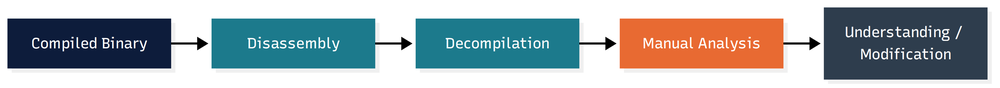
Before: seminar/assets/diagram_traditional_re.png, a diagram exported from Mermaid (Ankritjarngal/coding-platform-assignment). Its source is kept beside it as seminar/assets/diagram_traditional_re.mmd. Its diagram source:
```mermaid
flowchart LR
    A[Compiled Binary] --> B[Disassembly]
    B --> C[Decompilation]
    C --> D[Manual Analysis]
    D --> E[Understanding / Modification]

    style A fill:#0B1F3A,stroke:#0B1F3A,color:#fff
    style B fill:#1F7A8C,stroke:#1F7A8C,color:#fff
    style C fill:#1F7A8C,stroke:#1F7A8C,color:#fff
    style D fill:#E86A33,stroke:#E86A33,color:#fff
    style E fill:#2F3E4E,stroke:#2F3E4E,color:#fff
```
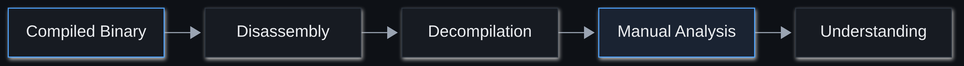
The same file after the commit.

What changed in the source:
```diff
@@ -2,10 +2,10 @@
     A[Compiled Binary] --> B[Disassembly]
     B --> C[Decompilation]
     C --> D[Manual Analysis]
-    D --> E[Understanding / Modification]
+    D --> E[Understanding]
 
-    style A fill:#0B1F3A,stroke:#0B1F3A,color:#fff
-    style B fill:#1F7A8C,stroke:#1F7A8C,color:#fff
-    style C fill:#1F7A8C,stroke:#1F7A8C,color:#fff
-    style D fill:#E86A33,stroke:#E86A33,color:#fff
-    style E fill:#2F3E4E,stroke:#2F3E4E,color:#fff
+    style A fill:#171B22,stroke:#4DA3FF,color:#E8EAED
+    style B fill:#171B22,stroke:#2A313B,color:#E8EAED
+    style C fill:#171B22,stroke:#2A313B,color:#E8EAED
+    style D fill:#1A2332,stroke:#4DA3FF,color:#E8EAED
+    style E fill:#171B22,stroke:#2A313B,color:#E8EAED
```
